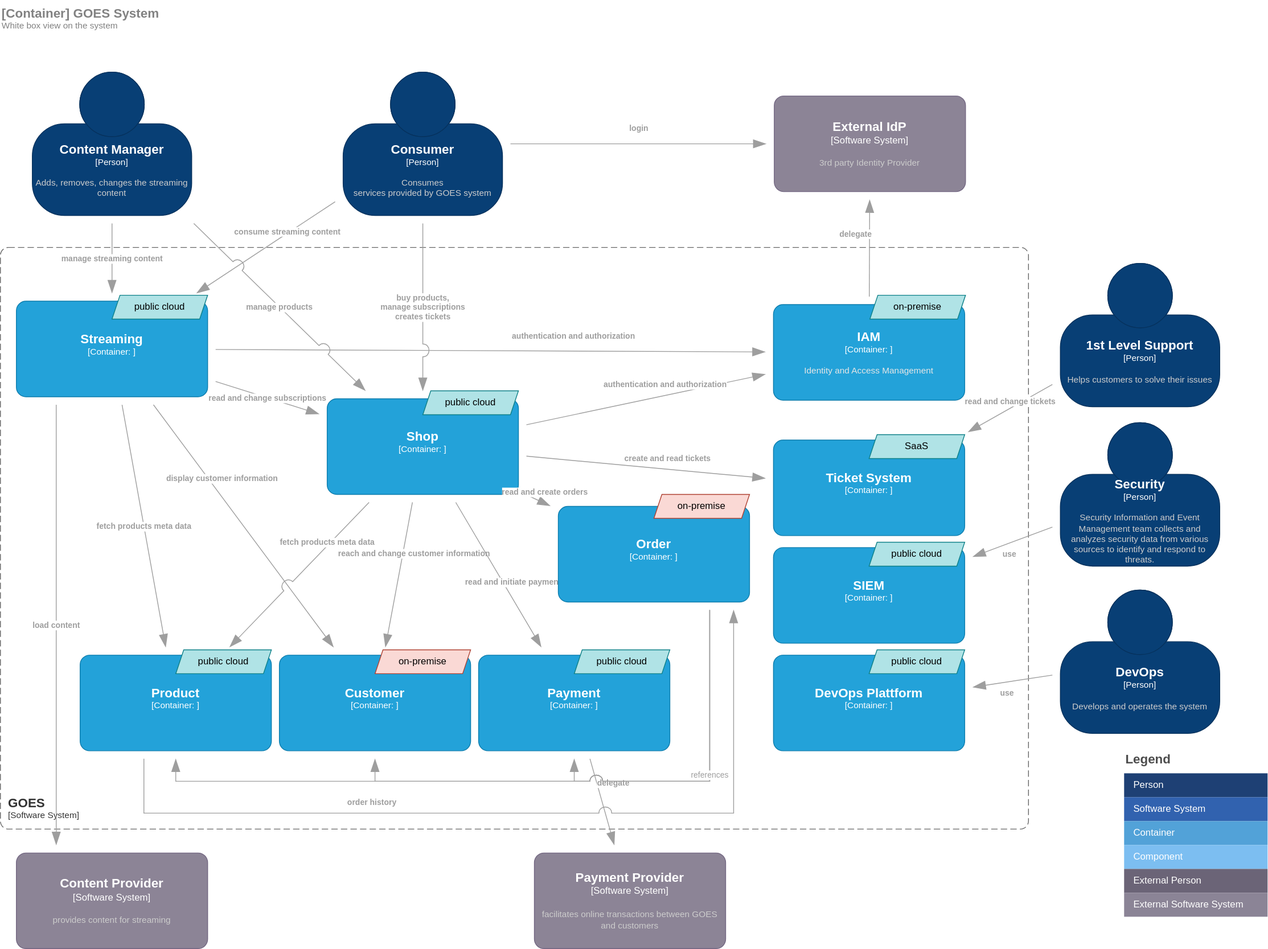
Before: img/Container.drawio.svg, a diagram exported from draw.io (wschaef/goes-architecture). Source tidied: cells renumbered, new cells last; positions are measured from the earlier drawing's top-left corner, leaving out a move shared by most shapes.
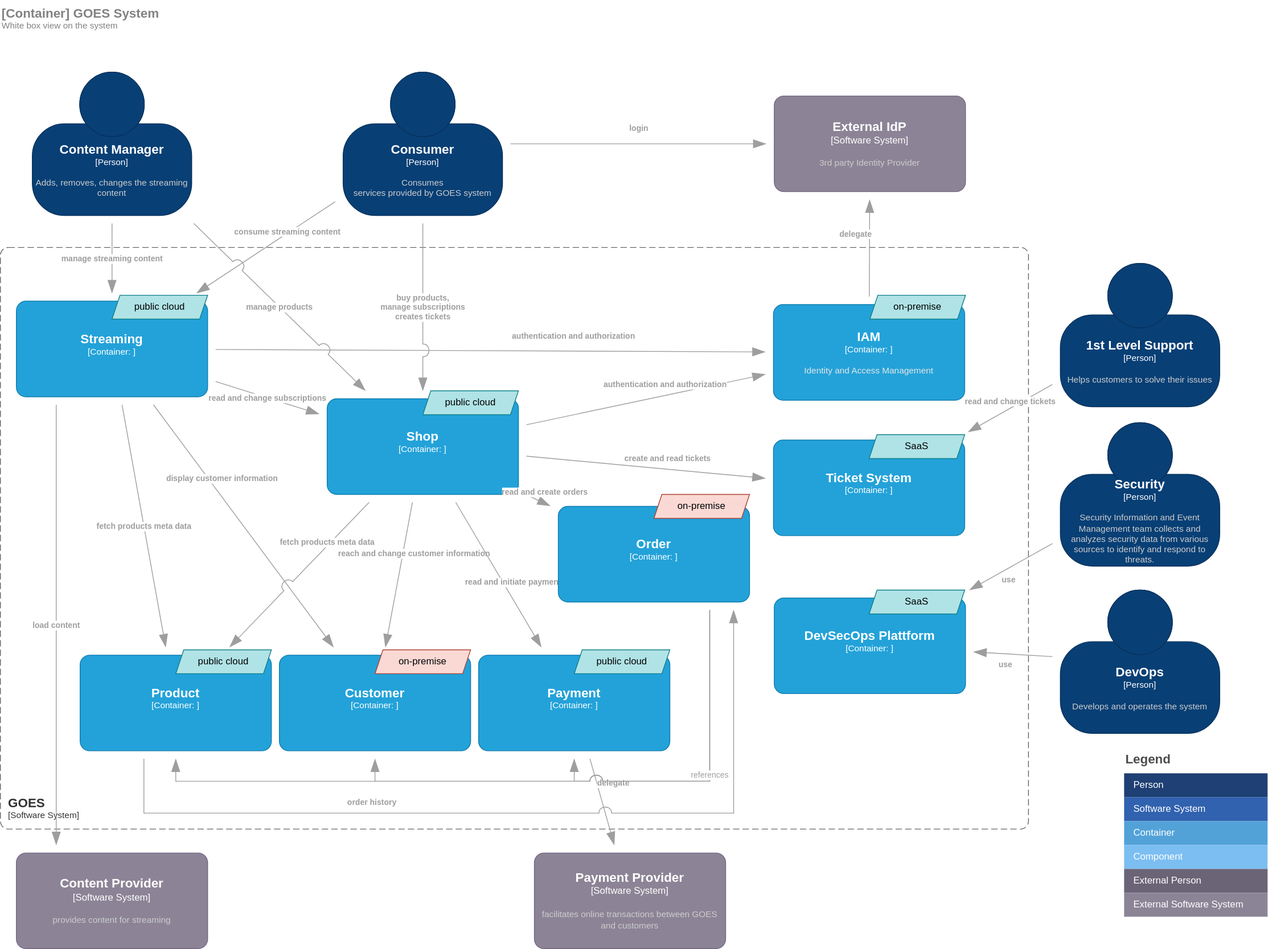
Above is the later version.

What changed in the source:
```diff
@@ -57,11 +57,6 @@
         <mxGeometry x="20" y="377.5" width="240" height="120" as="geometry" />
       </mxCell>
     </object>
-    <object id="13" label="&lt;font style=&quot;font-size: 16px&quot;&gt;&lt;b&gt;%c4Name%&lt;/b&gt;&lt;/font&gt;&lt;div&gt;[%c4Type%: %c4Technology%]&lt;/div&gt;&lt;br&gt;&lt;div&gt;&lt;font style=&quot;font-size: 11px&quot;&gt;&lt;font color=&quot;#E6E6E6&quot;&gt;%c4Description%&lt;/font&gt;&lt;/div&gt;" c4Description="" c4Name="SIEM" c4Technology="" c4Type="Container" placeholders="1">
-      <mxCell style="rounded=1;whiteSpace=wrap;html=1;fontSize=11;labelBackgroundColor=none;fillColor=#23A2D9;fontColor=#ffffff;align=center;arcSize=10;strokeColor=#0E7DAD;points=[[0.25,0,0],[0.5,0,0],[0.75,0,0],[1,0.25,0],[1,0.5,0],[1,0.75,0],[0.75,1,0],[0.5,1,0],[0.25,1,0],[0,0.75,0],[0,0.5,0],[0,0.25,0]];fontFamily=Helvetica;" parent="1" vertex="1">
-        <mxGeometry x="970" y="686.8" width="240" height="120" as="geometry" />
-      </mxCell>
-    </object>
     <object id="14" label="&lt;font style=&quot;font-size: 16px&quot;&gt;&lt;b&gt;%c4Name%&lt;/b&gt;&lt;/font&gt;&lt;div&gt;[%c4Type%: %c4Technology%]&lt;/div&gt;&lt;br&gt;&lt;div&gt;&lt;font style=&quot;font-size: 11px&quot;&gt;&lt;font color=&quot;#E6E6E6&quot;&gt;%c4Description%&lt;/font&gt;&lt;/div&gt;" c4Description="" c4Name="Ticket System" c4Technology="" c4Type="Container" placeholders="1">
       <mxCell style="rounded=1;whiteSpace=wrap;html=1;fontSize=11;labelBackgroundColor=none;fillColor=#23A2D9;fontColor=#ffffff;align=center;arcSize=10;strokeColor=#0E7DAD;points=[[0.25,0,0],[0.5,0,0],[0.75,0,0],[1,0.25,0],[1,0.5,0],[1,0.75,0],[0.75,1,0],[0.5,1,0],[0.25,1,0],[0,0.75,0],[0,0.5,0],[0,0.25,0]];fontFamily=Helvetica;" parent="1" vertex="1">
         <mxGeometry x="970" y="551.8" width="240" height="120" as="geometry" />
@@ -87,9 +82,9 @@
         <mxGeometry x="970" y="381.8" width="240" height="120" as="geometry" />
       </mxCell>
     </object>
-    <object id="19" label="&lt;font style=&quot;font-size: 16px&quot;&gt;&lt;b&gt;%c4Name%&lt;/b&gt;&lt;/font&gt;&lt;div&gt;[%c4Type%: %c4Technology%]&lt;/div&gt;&lt;br&gt;&lt;div&gt;&lt;font style=&quot;font-size: 11px&quot;&gt;&lt;font color=&quot;#E6E6E6&quot;&gt;%c4Description%&lt;/font&gt;&lt;/div&gt;" c4Description="" c4Name="DevOps Plattform " c4Technology="" c4Type="Container" placeholders="1">
+    <object id="19" label="&lt;font style=&quot;font-size: 16px&quot;&gt;&lt;b&gt;%c4Name%&lt;/b&gt;&lt;/font&gt;&lt;div&gt;[%c4Type%: %c4Technology%]&lt;/div&gt;&lt;br&gt;&lt;div&gt;&lt;font style=&quot;font-size: 11px&quot;&gt;&lt;font color=&quot;#E6E6E6&quot;&gt;%c4Description%&lt;/font&gt;&lt;/div&gt;" c4Description="" c4Name="DevSecOps Plattform " c4Technology="" c4Type="Container" placeholders="1">
       <mxCell style="rounded=1;whiteSpace=wrap;html=1;fontSize=11;labelBackgroundColor=none;fillColor=#23A2D9;fontColor=#ffffff;align=center;arcSize=10;strokeColor=#0E7DAD;points=[[0.25,0,0],[0.5,0,0],[0.75,0,0],[1,0.25,0],[1,0.5,0],[1,0.75,0],[0.75,1,0],[0.5,1,0],[0.25,1,0],[0,0.75,0],[0,0.5,0],[0,0.25,0]];fontFamily=Helvetica;" parent="1" vertex="1">
-        <mxGeometry x="970" y="821.8" width="240" height="120" as="geometry" />
+        <mxGeometry x="971" y="750" width="240" height="120" as="geometry" />
       </mxCell>
     </object>
     <object id="20" label="&lt;div style=&quot;text-align: left&quot;&gt;&lt;div style=&quot;text-align: center&quot;&gt;&lt;b&gt;%c4Description%&lt;/b&gt;&lt;/div&gt;&lt;/div&gt;" c4Description="fetch products meta data" c4Type="Relationship" placeholders="1">
@@ -179,7 +174,7 @@
       </mxCell>
     </object>
     <object id="36" label="&lt;div style=&quot;text-align: left&quot;&gt;&lt;div style=&quot;text-align: center&quot;&gt;&lt;b&gt;%c4Description%&lt;/b&gt;&lt;/div&gt;&lt;/div&gt;" c4Description="use" c4Type="Relationship" placeholders="1">
-      <mxCell style="endArrow=blockThin;html=1;fontSize=10;fontColor=#9E9E9E;strokeWidth=1;endFill=1;strokeColor=#9E9E9E;elbow=vertical;endSize=14;startSize=14;jumpStyle=arc;jumpSize=16;rounded=0;targetPerimeterSpacing=10;sourcePerimeterSpacing=10;" parent="1" edge="1" source="8" target="13">
+      <mxCell style="endArrow=blockThin;html=1;fontSize=10;fontColor=#9E9E9E;strokeWidth=1;endFill=1;strokeColor=#9E9E9E;elbow=vertical;endSize=14;startSize=14;jumpStyle=arc;jumpSize=16;rounded=0;targetPerimeterSpacing=10;sourcePerimeterSpacing=10;" parent="1" edge="1" source="8" target="19">
         <mxGeometry x="0.18" y="13" relative="1" as="geometry" />
       </mxCell>
     </object>
@@ -264,12 +259,9 @@
     <mxCell id="56" value="public cloud" style="shape=parallelogram;perimeter=parallelogramPerimeter;whiteSpace=wrap;html=1;fixedSize=1;fillColor=#b0e3e6;strokeColor=#0e8088;size=10;" parent="1" vertex="1">
       <mxGeometry x="720" y="815" width="120" height="30" as="geometry" />
     </mxCell>
-    <mxCell id="57" value="public cloud" style="shape=parallelogram;perimeter=parallelogramPerimeter;whiteSpace=wrap;html=1;fixedSize=1;fillColor=#b0e3e6;strokeColor=#0e8088;size=10;" parent="1" vertex="1">
-      <mxGeometry x="1090" y="815" width="120" height="30" as="geometry" />
+    <mxCell id="57" value="SaaS" style="shape=parallelogram;perimeter=parallelogramPerimeter;whiteSpace=wrap;html=1;fixedSize=1;fillColor=#b0e3e6;strokeColor=#0e8088;size=10;" parent="1" vertex="1">
+      <mxGeometry x="1090" y="740" width="120" height="30" as="geometry" />
     </mxCell>
-    <mxCell id="58" value="public cloud" style="shape=parallelogram;perimeter=parallelogramPerimeter;whiteSpace=wrap;html=1;fixedSize=1;fillColor=#b0e3e6;strokeColor=#0e8088;size=10;" parent="1" vertex="1">
-      <mxGeometry x="1090" y="680" width="120" height="30" as="geometry" />
-    </mxCell>
     <mxCell id="59" value="SaaS" style="shape=parallelogram;perimeter=parallelogramPerimeter;whiteSpace=wrap;html=1;fixedSize=1;fillColor=#b0e3e6;strokeColor=#0e8088;size=10;" parent="1" vertex="1">
       <mxGeometry x="1090" y="545" width="120" height="30" as="geometry" />
     </mxCell>
```
